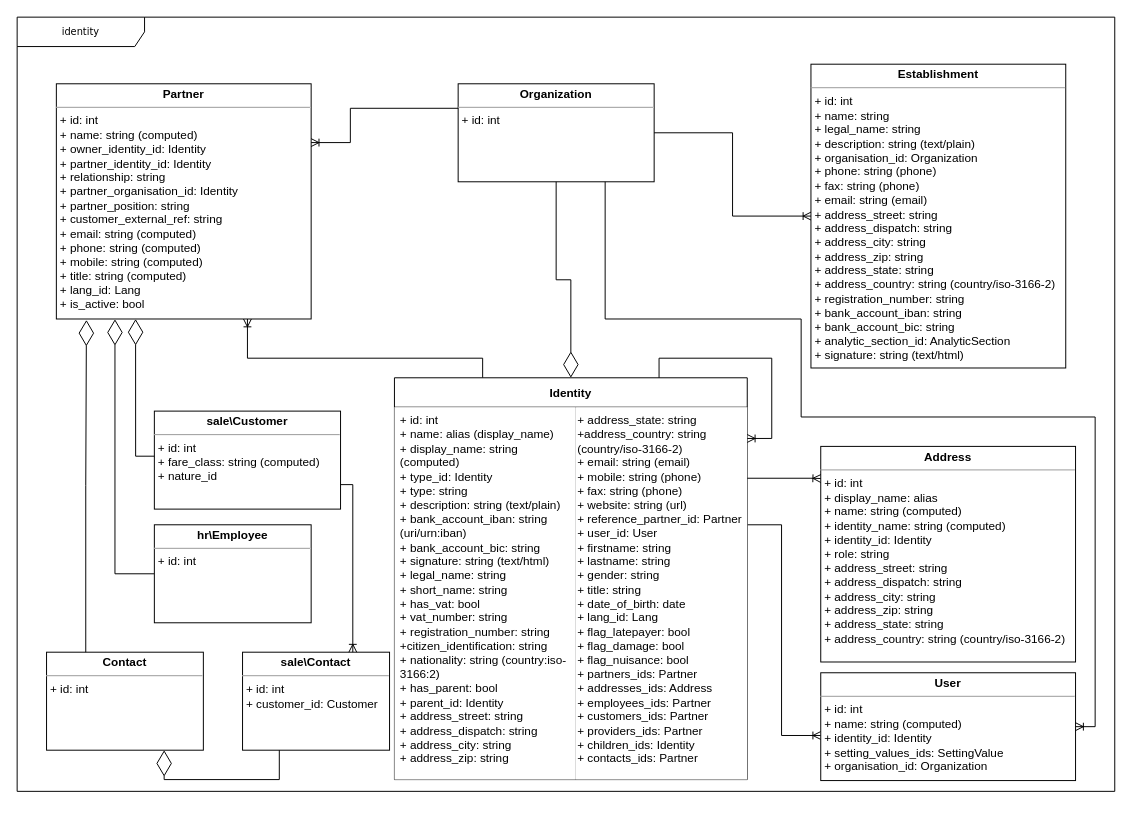
Above: docs/developer-manual/uml/identity (full).drawio in yesbabylon/symbiose-doc (draw.io), before the change. Source tidied: cells renumbered, new cells numbered last; positions are measured from the earlier drawing's top-left corner, leaving out a move shared by most shapes. Both pictures are drawn from the tidied source at 98%, with x=0, y=0 at pixel (17, 17).
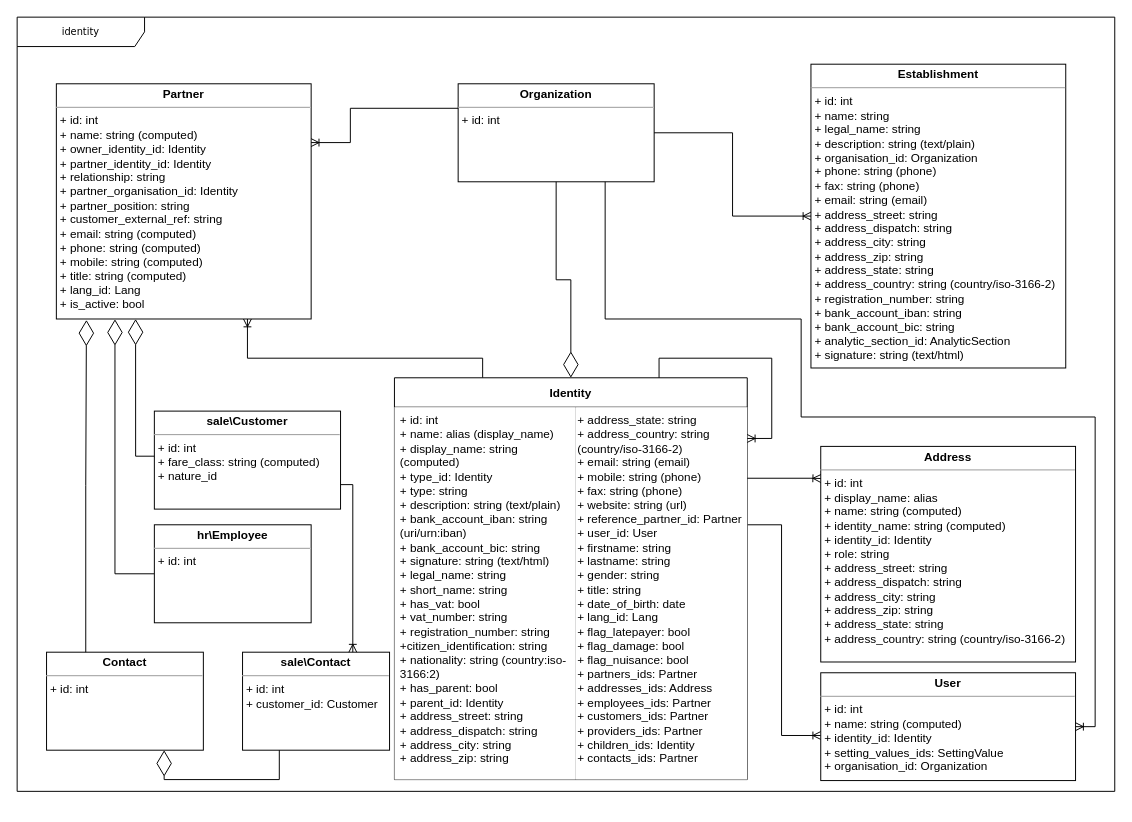
The same page after the edit.

Unchanged cells that the change refers to:
```xml
<mxCell id="6" style="shape=tableRow;horizontal=0;startSize=0;swimlaneHead=0;swimlaneBody=0;top=0;left=0;bottom=0;right=0;fillColor=none;points=[[0,0.5],[1,0.5]];portConstraint=eastwest;" parent="5" vertex="1">
  <mxGeometry y="30" width="360" height="380" as="geometry" />
</mxCell>
```

The edit, as a diff of the source:
```diff
@@
-    <mxCell id="8" value="+ address_state: string&lt;br&gt;+address_country: string (country/iso-3166-2)&lt;br&gt;+ email: string (email)&lt;br&gt;+ mobile: string (phone)&lt;br&gt;+ fax: string (phone)&lt;br&gt;+ website: string (url)&lt;br&gt;+ reference_partner_id: Partner&lt;br&gt;+ user_id: User&lt;br&gt;+ firstname: string&lt;br&gt;+ lastname: string&lt;br&gt;+ gender: string&lt;br&gt;+ title: string&lt;br&gt;+ date_of_birth: date&lt;br&gt;+ lang_id: Lang&lt;br&gt;+ flag_latepayer: bool&lt;br&gt;+ flag_damage: bool&lt;br&gt;+ flag_nuisance: bool&lt;br&gt;+ partners_ids: Partner&lt;br&gt;+ addresses_ids: Address&lt;br&gt;+ employees_ids: Partner&lt;br&gt;+ customers_ids: Partner&lt;br&gt;+ providers_ids: Partner&lt;br&gt;+ children_ids: Identity&lt;br&gt;+ contacts_ids: Partner" style="shape=partialRectangle;html=1;whiteSpace=wrap;overflow=hidden;top=0;left=0;bottom=0;right=0;verticalAlign=top;align=left;strokeWidth=3;" parent="6" vertex="1">
+    <mxCell id="8" value="+ address_state: string&lt;br&gt;+ address_country: string (country/iso-3166-2)&lt;br&gt;+ email: string (email)&lt;br&gt;+ mobile: string (phone)&lt;br&gt;+ fax: string (phone)&lt;br&gt;+ website: string (url)&lt;br&gt;+ reference_partner_id: Partner&lt;br&gt;+ user_id: User&lt;br&gt;+ firstname: string&lt;br&gt;+ lastname: string&lt;br&gt;+ gender: string&lt;br&gt;+ title: string&lt;br&gt;+ date_of_birth: date&lt;br&gt;+ lang_id: Lang&lt;br&gt;+ flag_latepayer: bool&lt;br&gt;+ flag_damage: bool&lt;br&gt;+ flag_nuisance: bool&lt;br&gt;+ partners_ids: Partner&lt;br&gt;+ addresses_ids: Address&lt;br&gt;+ employees_ids: Partner&lt;br&gt;+ customers_ids: Partner&lt;br&gt;+ providers_ids: Partner&lt;br&gt;+ children_ids: Identity&lt;br&gt;+ contacts_ids: Partner" style="shape=partialRectangle;html=1;whiteSpace=wrap;overflow=hidden;top=0;left=0;bottom=0;right=0;verticalAlign=top;align=left;strokeWidth=3;" parent="6" vertex="1">
       <mxGeometry x="185" width="175" height="380" as="geometry" />
     </mxCell>
```
